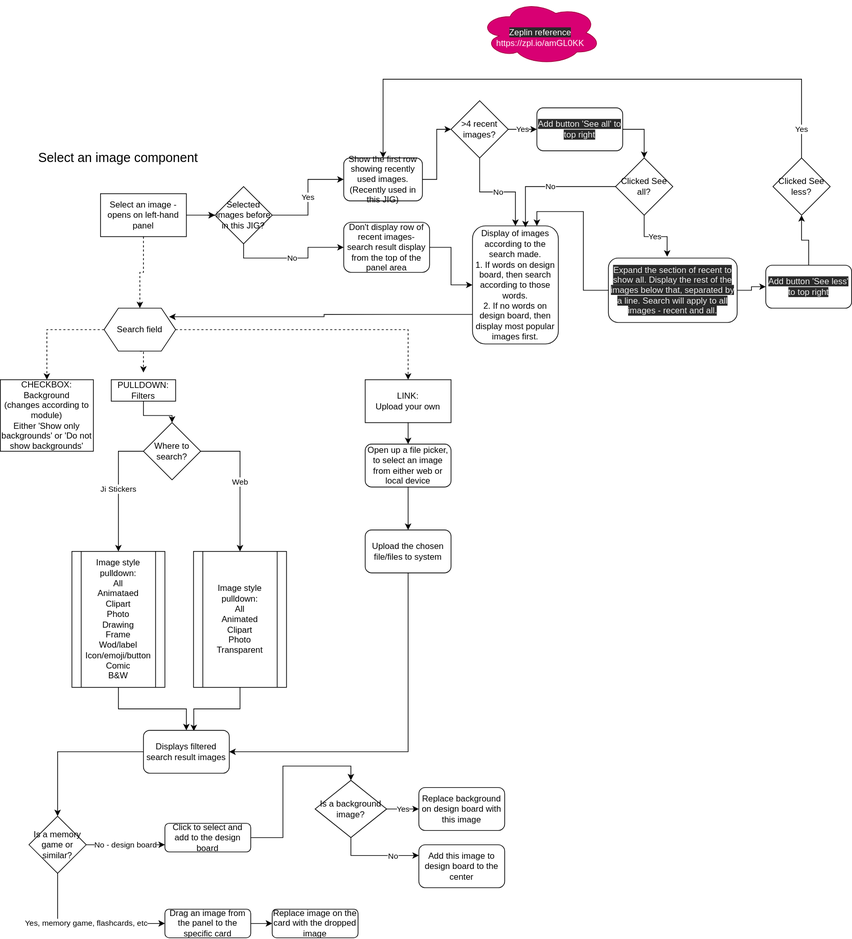
Before: modules/components/select-image.drawio.svg, a diagram exported from draw.io (ji-devs/ji-cloud-flowcharts). Source tidied: cells renumbered, new cells last; positions are measured from the earlier drawing's top-left corner, leaving out a move shared by most shapes.
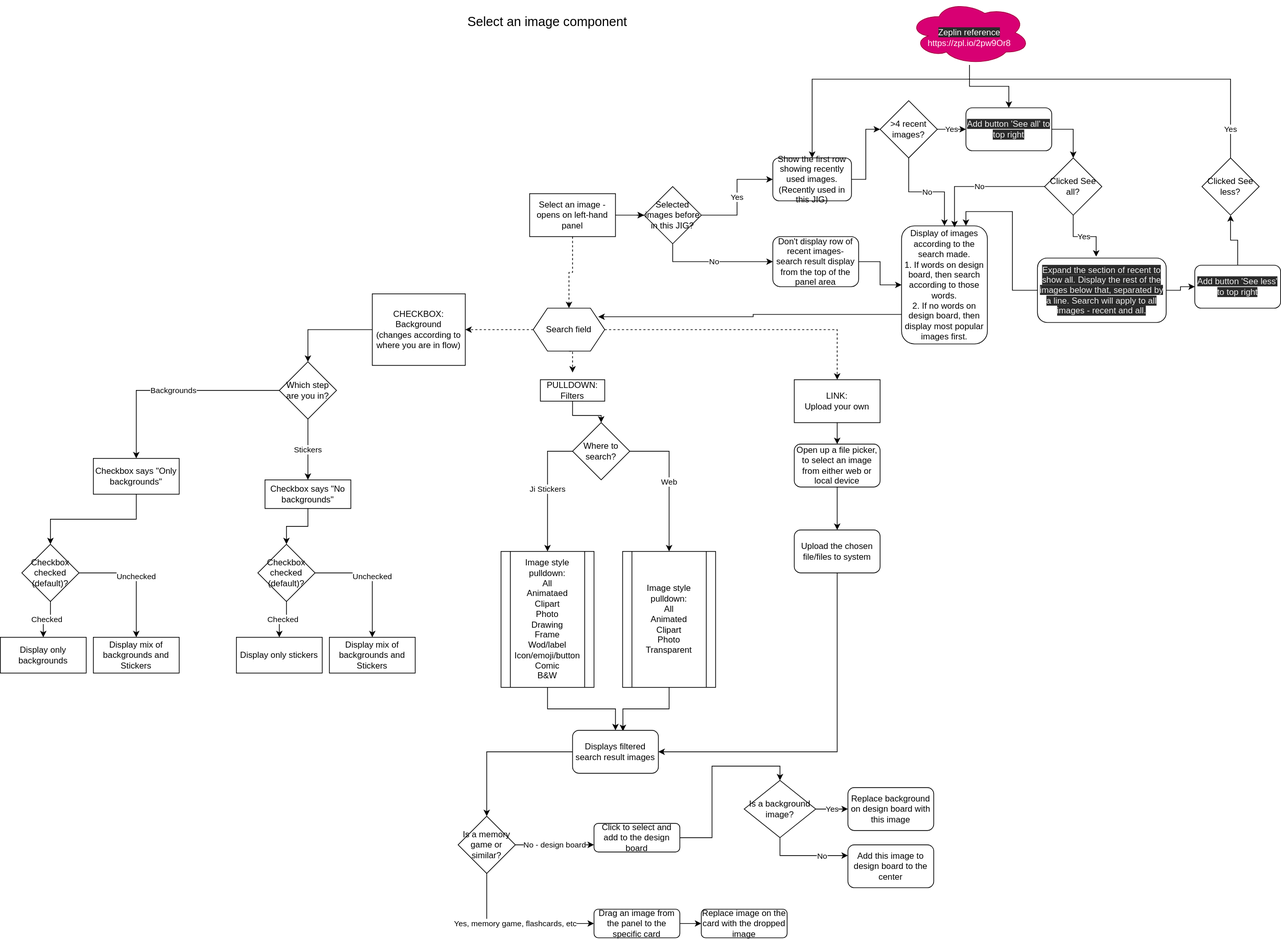
Above is the later version.

Commit message:
updated panel link

Diff of the diagram source:
```diff
@@ -28,7 +28,7 @@
       <mxGeometry x="270" y="770" width="130" height="190" as="geometry" />
     </mxCell>
     <mxCell id="9" value="&lt;font style=&quot;font-size: 18px&quot;&gt;Select an image component&lt;/font&gt;" style="text;html=1;strokeColor=none;fillColor=none;align=center;verticalAlign=middle;whiteSpace=wrap;rounded=0;" parent="1" vertex="1">
-      <mxGeometry x="30" y="210" width="270" height="20" as="geometry" />
+      <mxGeometry x="30" y="20" width="270" height="20" as="geometry" />
     </mxCell>
     <mxCell id="10" style="edgeStyle=orthogonalEdgeStyle;rounded=0;jettySize=auto;html=1;dashed=1;exitX=0;exitY=0.5;exitDx=0;exitDy=0;" parent="1" edge="1" source="17" target="14">
       <mxGeometry relative="1" as="geometry" />
@@ -48,8 +48,11 @@
     <mxCell id="13" value="Select an image - opens on left-hand panel" style="rounded=0;whiteSpace=wrap;html=1;" parent="1" vertex="1">
       <mxGeometry x="140" y="270" width="120" height="60" as="geometry" />
     </mxCell>
+    <mxCell id="68" style="edgeStyle=orthogonalEdgeStyle;rounded=0;jettySize=auto;html=1;entryX=0.5;entryY=0;entryDx=0;entryDy=0;" parent="1" edge="1" source="14" target="72">
+      <mxGeometry relative="1" as="geometry" />
+    </mxCell>
-    <mxCell id="14" value="CHECKBOX: Background &lt;br&gt;(changes according to module)&lt;br&gt;Either 'Show only backgrounds' or 'Do not show backgrounds'" style="rounded=0;whiteSpace=wrap;html=1;" parent="1" vertex="1">
-      <mxGeometry y="530" width="130" height="100" as="geometry" />
+    <mxCell id="14" value="CHECKBOX: Background &lt;br&gt;(changes according to where you are in flow)" style="rounded=0;whiteSpace=wrap;html=1;" parent="1" vertex="1">
+      <mxGeometry x="-80" y="410" width="130" height="100" as="geometry" />
     </mxCell>
     <mxCell id="15" style="edgeStyle=orthogonalEdgeStyle;rounded=0;jettySize=auto;html=1;exitX=0.5;exitY=1;exitDx=0;exitDy=0;dashed=1;" parent="1" edge="1" source="17">
       <mxGeometry relative="1" as="geometry">
@@ -116,7 +119,10 @@
     <mxCell id="35" value="Upload the chosen file/files to system" style="rounded=1;whiteSpace=wrap;html=1;" parent="1" vertex="1">
       <mxGeometry x="510" y="740" width="120" height="60" as="geometry" />
     </mxCell>
+    <mxCell id="69" style="edgeStyle=orthogonalEdgeStyle;rounded=0;jettySize=auto;html=1;" parent="1" edge="1" source="36" target="60">
+      <mxGeometry relative="1" as="geometry" />
+    </mxCell>
-    <mxCell id="36" value="&lt;br&gt;&lt;span style=&quot;color: rgb(255 , 255 , 255) ; font-family: &amp;#34;helvetica&amp;#34; ; font-size: 12px ; font-style: normal ; font-weight: 400 ; letter-spacing: normal ; text-align: center ; text-indent: 0px ; text-transform: none ; word-spacing: 0px ; background-color: rgb(42 , 42 , 42) ; display: inline ; float: none&quot;&gt;Zeplin reference&lt;br&gt;&lt;/span&gt;https://zpl.io/amGL0KK" style="ellipse;shape=cloud;whiteSpace=wrap;html=1;fillColor=#d80073;strokeColor=#A50040;fontColor=#ffffff;" parent="1" vertex="1">
+    <mxCell id="36" value="&lt;br&gt;&lt;span style=&quot;color: rgb(255 , 255 , 255) ; font-family: &amp;#34;helvetica&amp;#34; ; font-size: 12px ; font-style: normal ; font-weight: 400 ; letter-spacing: normal ; text-align: center ; text-indent: 0px ; text-transform: none ; word-spacing: 0px ; background-color: rgb(42 , 42 , 42) ; display: inline ; float: none&quot;&gt;Zeplin reference&lt;br&gt;&lt;/span&gt;https://zpl.io/2pw9Or8" style="ellipse;shape=cloud;whiteSpace=wrap;html=1;fillColor=#d80073;strokeColor=#A50040;fontColor=#ffffff;" parent="1" vertex="1">
       <mxGeometry x="670" width="170" height="90" as="geometry" />
     </mxCell>
     <mxCell id="37" style="edgeStyle=orthogonalEdgeStyle;rounded=0;jettySize=auto;html=1;entryX=0;entryY=0.5;entryDx=0;entryDy=0;" parent="1" edge="1" source="38" target="58">
@@ -141,7 +147,7 @@
       <mxGeometry relative="1" as="geometry" />
     </mxCell>
     <mxCell id="44" value="Don't display row of recent images- search result display from the top of the panel area" style="rounded=1;whiteSpace=wrap;html=1;" parent="1" vertex="1">
-      <mxGeometry x="480" y="310" width="120" height="70" as="geometry" />
+      <mxGeometry x="480" y="330" width="120" height="70" as="geometry" />
     </mxCell>
     <mxCell id="45" style="edgeStyle=orthogonalEdgeStyle;rounded=0;jettySize=auto;html=1;entryX=0.91;entryY=0.2;entryDx=0;entryDy=0;entryPerimeter=0;exitX=0;exitY=0.75;exitDx=0;exitDy=0;" parent="1" edge="1" source="46" target="17">
       <mxGeometry relative="1" as="geometry" />
@@ -225,5 +231,60 @@
     <mxCell id="67" value="Clicked See less?" style="rhombus;whiteSpace=wrap;html=1;" parent="1" vertex="1">
       <mxGeometry x="1080" y="220" width="80" height="80" as="geometry" />
     </mxCell>
+    <mxCell id="70" value="Stickers" style="edgeStyle=orthogonalEdgeStyle;rounded=0;jettySize=auto;html=1;exitX=0.5;exitY=1;exitDx=0;exitDy=0;entryX=0.5;entryY=0;entryDx=0;entryDy=0;" parent="1" edge="1" source="72" target="81">
+      <mxGeometry relative="1" as="geometry" />
+    </mxCell>
+    <mxCell id="71" value="Backgrounds" style="edgeStyle=orthogonalEdgeStyle;rounded=0;jettySize=auto;html=1;entryX=0.5;entryY=0;entryDx=0;entryDy=0;" parent="1" edge="1" source="72" target="74">
+      <mxGeometry relative="1" as="geometry" />
+    </mxCell>
+    <mxCell id="72" value="Which step are you in?" style="rhombus;whiteSpace=wrap;html=1;" parent="1" vertex="1">
+      <mxGeometry x="-210" y="505" width="80" height="80" as="geometry" />
+    </mxCell>
+    <mxCell id="73" style="edgeStyle=orthogonalEdgeStyle;rounded=0;jettySize=auto;html=1;exitX=0.5;exitY=1;exitDx=0;exitDy=0;entryX=0.5;entryY=0;entryDx=0;entryDy=0;" parent="1" edge="1" source="74" target="78">
+      <mxGeometry relative="1" as="geometry" />
+    </mxCell>
+    <mxCell id="74" value="Checkbox says &quot;Only backgrounds&quot;" style="rounded=0;whiteSpace=wrap;html=1;" parent="1" vertex="1">
+      <mxGeometry x="-470" y="640" width="120" height="50" as="geometry" />
+    </mxCell>
+    <mxCell id="75" value="Display only backgrounds" style="rounded=0;whiteSpace=wrap;html=1;" parent="1" vertex="1">
+      <mxGeometry x="-600" y="890" width="120" height="50" as="geometry" />
+    </mxCell>
+    <mxCell id="76" value="Checked" style="edgeStyle=orthogonalEdgeStyle;rounded=0;jettySize=auto;html=1;entryX=0.5;entryY=0;entryDx=0;entryDy=0;" parent="1" edge="1" source="78" target="75">
+      <mxGeometry relative="1" as="geometry" />
+    </mxCell>
+    <mxCell id="77" value="Unchecked" style="edgeStyle=orthogonalEdgeStyle;rounded=0;jettySize=auto;html=1;" parent="1" edge="1" source="78">
+      <mxGeometry relative="1" as="geometry">
+        <mxPoint x="-410" y="890" as="targetPoint" />
+      </mxGeometry>
+    </mxCell>
+    <mxCell id="78" value="Checkbox checked (default)?" style="rhombus;whiteSpace=wrap;html=1;" parent="1" vertex="1">
+      <mxGeometry x="-570" y="760" width="80" height="80" as="geometry" />
+    </mxCell>
+    <mxCell id="79" value="Display mix of backgrounds and Stickers" style="rounded=0;whiteSpace=wrap;html=1;" parent="1" vertex="1">
+      <mxGeometry x="-470" y="890" width="120" height="50" as="geometry" />
+    </mxCell>
+    <mxCell id="80" style="edgeStyle=orthogonalEdgeStyle;rounded=0;jettySize=auto;html=1;entryX=0.5;entryY=0;entryDx=0;entryDy=0;" parent="1" edge="1" source="81" target="85">
+      <mxGeometry relative="1" as="geometry" />
+    </mxCell>
+    <mxCell id="81" value="Checkbox says &quot;No backgrounds&quot;" style="rounded=0;whiteSpace=wrap;html=1;" parent="1" vertex="1">
+      <mxGeometry x="-230" y="670" width="120" height="40" as="geometry" />
+    </mxCell>
+    <mxCell id="82" value="Display only stickers" style="rounded=0;whiteSpace=wrap;html=1;" parent="1" vertex="1">
+      <mxGeometry x="-270" y="890" width="120" height="50" as="geometry" />
+    </mxCell>
+    <mxCell id="83" value="Checked" style="edgeStyle=orthogonalEdgeStyle;rounded=0;jettySize=auto;html=1;entryX=0.5;entryY=0;entryDx=0;entryDy=0;" parent="1" edge="1" source="85" target="82">
+      <mxGeometry relative="1" as="geometry" />
+    </mxCell>
+    <mxCell id="84" value="Unchecked" style="edgeStyle=orthogonalEdgeStyle;rounded=0;jettySize=auto;html=1;" parent="1" edge="1" source="85">
+      <mxGeometry relative="1" as="geometry">
+        <mxPoint x="-80" y="890" as="targetPoint" />
+      </mxGeometry>
+    </mxCell>
+    <mxCell id="85" value="Checkbox checked (default)?" style="rhombus;whiteSpace=wrap;html=1;" parent="1" vertex="1">
+      <mxGeometry x="-240" y="760" width="80" height="80" as="geometry" />
+    </mxCell>
+    <mxCell id="86" value="Display mix of backgrounds and Stickers" style="rounded=0;whiteSpace=wrap;html=1;" parent="1" vertex="1">
+      <mxGeometry x="-140" y="890" width="120" height="50" as="geometry" />
+    </mxCell>
   </root>
 </mxGraphModel>
```
